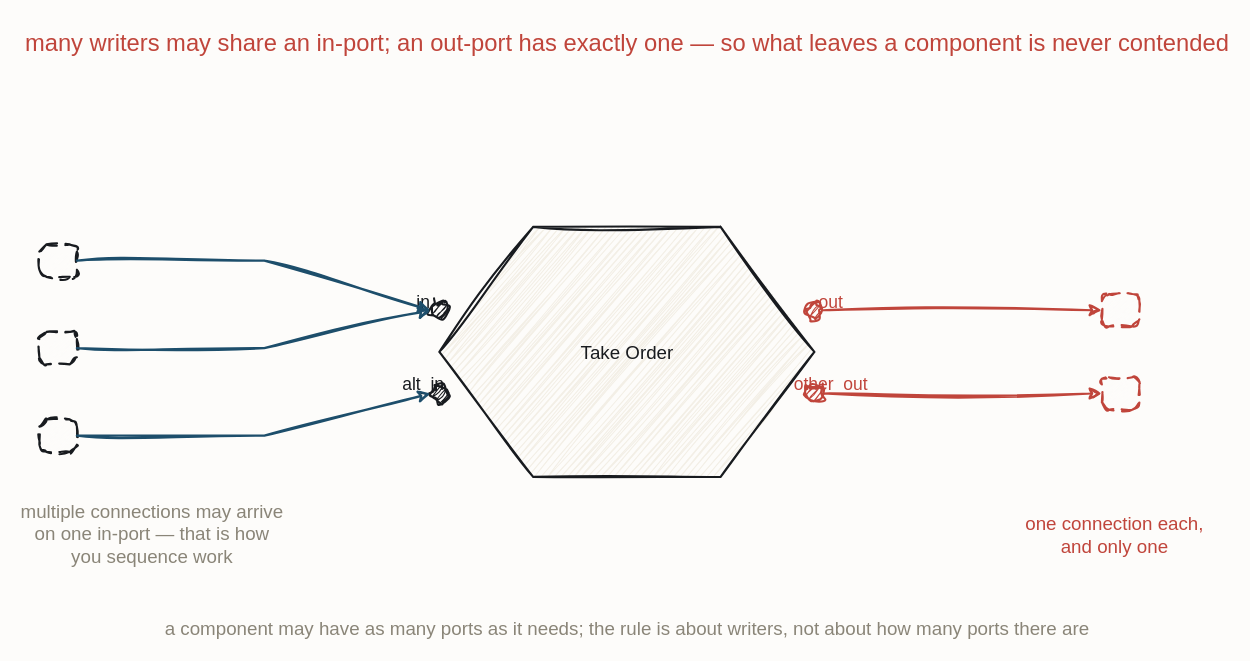
This is resources/flow-fbp-ports.drawio from iancooper/practical-messaging, a draw.io file, before an edit. Source tidied: cells renumbered, new cells numbered last; positions are measured from the earlier drawing's top-left corner, leaving out a move shared by most shapes. Both pictures are drawn from the tidied source at 125%, with x=0, y=0 at pixel (39, 21).
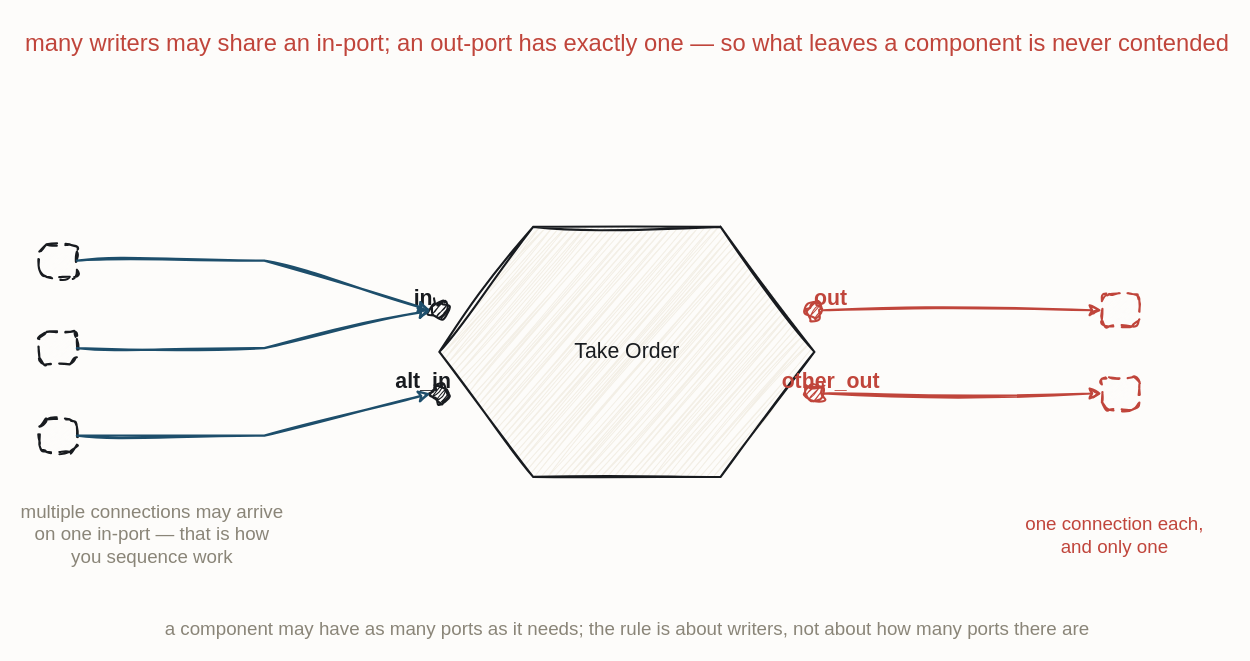
The same page after the edit.

What changed in the source:
```diff
@@
-    <mxCell id="3" value="Take Order" style="sketch=1;hachureGap=4;jiggle=2;curveFitting=1;fontFamily=Caveat;html=1;shape=hexagon;perimeter=hexagonPerimeter2;strokeColor=#181B1F;strokeWidth=1.7;fillColor=#F3EFE6;fontColor=#181B1F;fontSize=15;" parent="1" vertex="1">
+    <mxCell id="3" value="Take Order" style="sketch=1;hachureGap=4;jiggle=2;curveFitting=1;fontFamily=Caveat;html=1;shape=hexagon;perimeter=hexagonPerimeter2;strokeColor=#181B1F;strokeWidth=1.7;fillColor=#F3EFE6;fontColor=#181B1F;fontSize=17;" parent="1" vertex="1">
       <mxGeometry x="320" y="164" width="300" height="200" as="geometry" />
     </mxCell>
@@
-    <mxCell id="5" value="in" style="text;html=1;align=center;fontFamily=Caveat;fontSize=14;fontColor=#181B1F;" parent="1" vertex="1">
-      <mxGeometry x="247" y="208.7" width="120" height="20" as="geometry" />
+    <mxCell id="5" value="in" style="text;html=1;align=center;fontFamily=Caveat;fontSize=17;fontColor=#181B1F;fontStyle=1;" parent="1" vertex="1">
+      <mxGeometry x="247" y="204.7" width="120" height="20" as="geometry" />
     </mxCell>
@@
-    <mxCell id="7" value="alt_in" style="text;html=1;align=center;fontFamily=Caveat;fontSize=14;fontColor=#181B1F;" parent="1" vertex="1">
-      <mxGeometry x="247" y="275.3" width="120" height="20" as="geometry" />
+    <mxCell id="7" value="alt_in" style="text;html=1;align=center;fontFamily=Caveat;fontSize=17;fontColor=#181B1F;fontStyle=1;" parent="1" vertex="1">
+      <mxGeometry x="247" y="271.3" width="120" height="20" as="geometry" />
     </mxCell>
@@
-    <mxCell id="9" value="out" style="text;html=1;align=center;fontFamily=Caveat;fontSize=14;fontColor=#C0453B;" parent="1" vertex="1">
-      <mxGeometry x="573" y="208.7" width="120" height="20" as="geometry" />
+    <mxCell id="9" value="out" style="text;html=1;align=center;fontFamily=Caveat;fontSize=17;fontColor=#C0453B;fontStyle=1;" parent="1" vertex="1">
+      <mxGeometry x="573" y="204.7" width="120" height="20" as="geometry" />
     </mxCell>
@@
-    <mxCell id="11" value="other_out" style="text;html=1;align=center;fontFamily=Caveat;fontSize=14;fontColor=#C0453B;" parent="1" vertex="1">
-      <mxGeometry x="573" y="275.3" width="120" height="20" as="geometry" />
+    <mxCell id="11" value="other_out" style="text;html=1;align=center;fontFamily=Caveat;fontSize=17;fontColor=#C0453B;fontStyle=1;" parent="1" vertex="1">
+      <mxGeometry x="573" y="271.3" width="120" height="20" as="geometry" />
     </mxCell>
```
